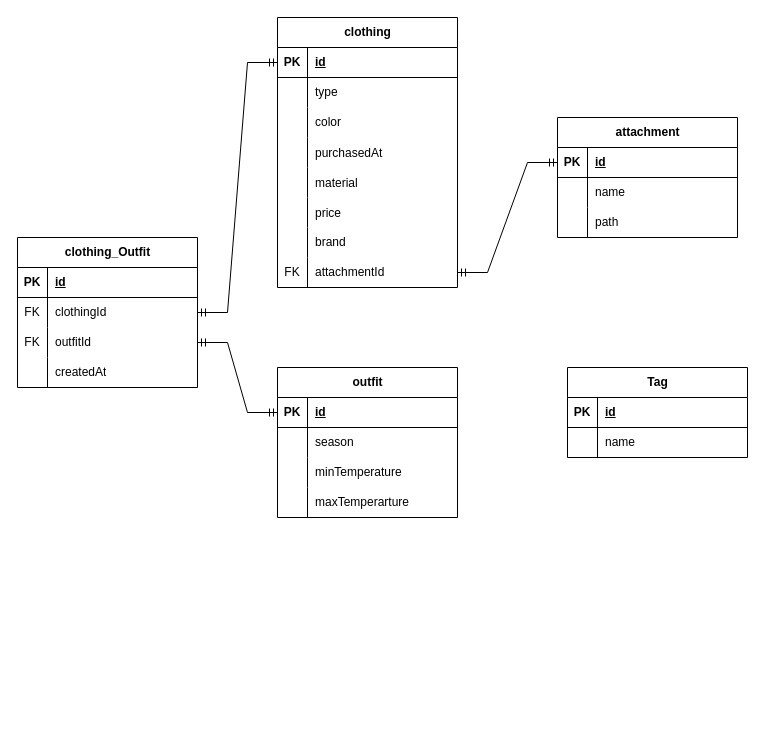
huangshijie/Drawio keeps this draw.io diagram as page "ER-V1" (1 of 2) of sort.drawio. Above is the earlier version. Source tidied: cells renumbered, new cells numbered last; positions are measured from the earlier drawing's top-left corner, leaving out a move shared by most shapes. Both pictures are drawn from the tidied source at 100%, with x=0, y=0 at pixel (17, 17).
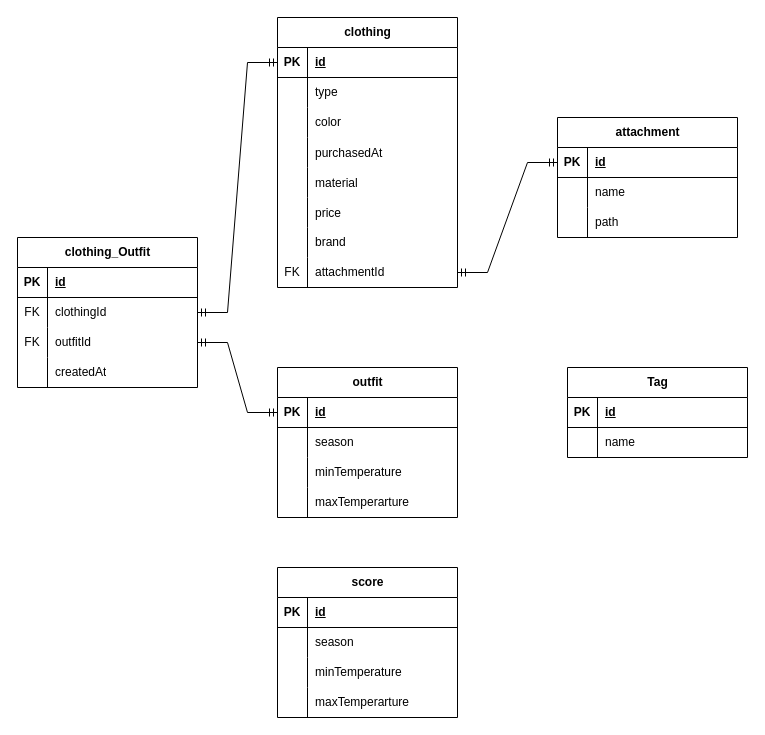
The same diagram, later.

The edit, as a diff of the source:
```diff
@@
+    <mxCell id="73" value="score" style="shape=table;startSize=30;childLayout=tableLayout;rowLines=0;fontStyle=1;align=center;html=1;" parent="1" vertex="1">
+      <mxGeometry x="260" y="550" width="180" height="150" as="geometry" />
+    </mxCell>
+    <mxCell id="74" style="shape=tableRow;horizontal=0;startSize=0;swimlaneHead=0;swimlaneBody=0;fillColor=none;top=0;left=0;right=0;bottom=1;" parent="73" vertex="1">
+      <mxGeometry y="30" width="180" height="30" as="geometry" />
+    </mxCell>
+    <mxCell id="75" value="PK" style="shape=partialRectangle;fillColor=none;top=0;left=0;bottom=0;right=0;fontStyle=1;overflow=hidden;whiteSpace=wrap;html=1;" parent="74" vertex="1">
+      <mxGeometry width="30" height="30" as="geometry" />
+    </mxCell>
+    <mxCell id="76" value="id" style="shape=partialRectangle;fillColor=none;top=0;left=0;bottom=0;right=0;align=left;spacingLeft=6;fontStyle=5;overflow=hidden;whiteSpace=wrap;html=1;" parent="74" vertex="1">
+      <mxGeometry x="30" width="150" height="30" as="geometry" />
+    </mxCell>
+    <mxCell id="77" style="shape=tableRow;horizontal=0;startSize=0;swimlaneHead=0;swimlaneBody=0;fillColor=none;top=0;left=0;right=0;bottom=0;" parent="73" vertex="1">
+      <mxGeometry y="60" width="180" height="30" as="geometry" />
+    </mxCell>
+    <mxCell id="78" style="shape=partialRectangle;fillColor=none;top=0;left=0;bottom=0;right=0;overflow=hidden;whiteSpace=wrap;html=1;" parent="77" vertex="1">
+      <mxGeometry width="30" height="30" as="geometry" />
+    </mxCell>
+    <mxCell id="79" value="season" style="shape=partialRectangle;fillColor=none;top=0;left=0;bottom=0;right=0;align=left;spacingLeft=6;overflow=hidden;whiteSpace=wrap;html=1;" parent="77" vertex="1">
+      <mxGeometry x="30" width="150" height="30" as="geometry" />
+    </mxCell>
+    <mxCell id="80" style="shape=tableRow;horizontal=0;startSize=0;swimlaneHead=0;swimlaneBody=0;fillColor=none;top=0;left=0;right=0;bottom=0;" parent="73" vertex="1">
+      <mxGeometry y="90" width="180" height="30" as="geometry" />
+    </mxCell>
+    <mxCell id="81" style="shape=partialRectangle;fillColor=none;top=0;left=0;bottom=0;right=0;overflow=hidden;whiteSpace=wrap;html=1;" parent="80" vertex="1">
+      <mxGeometry width="30" height="30" as="geometry" />
+    </mxCell>
+    <mxCell id="82" value="minTemperature" style="shape=partialRectangle;fillColor=none;top=0;left=0;bottom=0;right=0;align=left;spacingLeft=6;overflow=hidden;whiteSpace=wrap;html=1;" parent="80" vertex="1">
+      <mxGeometry x="30" width="150" height="30" as="geometry" />
+    </mxCell>
+    <mxCell id="83" style="shape=tableRow;horizontal=0;startSize=0;swimlaneHead=0;swimlaneBody=0;fillColor=none;top=0;left=0;right=0;bottom=0;" parent="73" vertex="1">
+      <mxGeometry y="120" width="180" height="30" as="geometry" />
+    </mxCell>
+    <mxCell id="84" style="shape=partialRectangle;fillColor=none;top=0;left=0;bottom=0;right=0;overflow=hidden;whiteSpace=wrap;html=1;" parent="83" vertex="1">
+      <mxGeometry width="30" height="30" as="geometry" />
+    </mxCell>
+    <mxCell id="85" value="maxTemperarture" style="shape=partialRectangle;fillColor=none;top=0;left=0;bottom=0;right=0;align=left;spacingLeft=6;overflow=hidden;whiteSpace=wrap;html=1;" parent="83" vertex="1">
+      <mxGeometry x="30" width="150" height="30" as="geometry" />
+    </mxCell>
```
